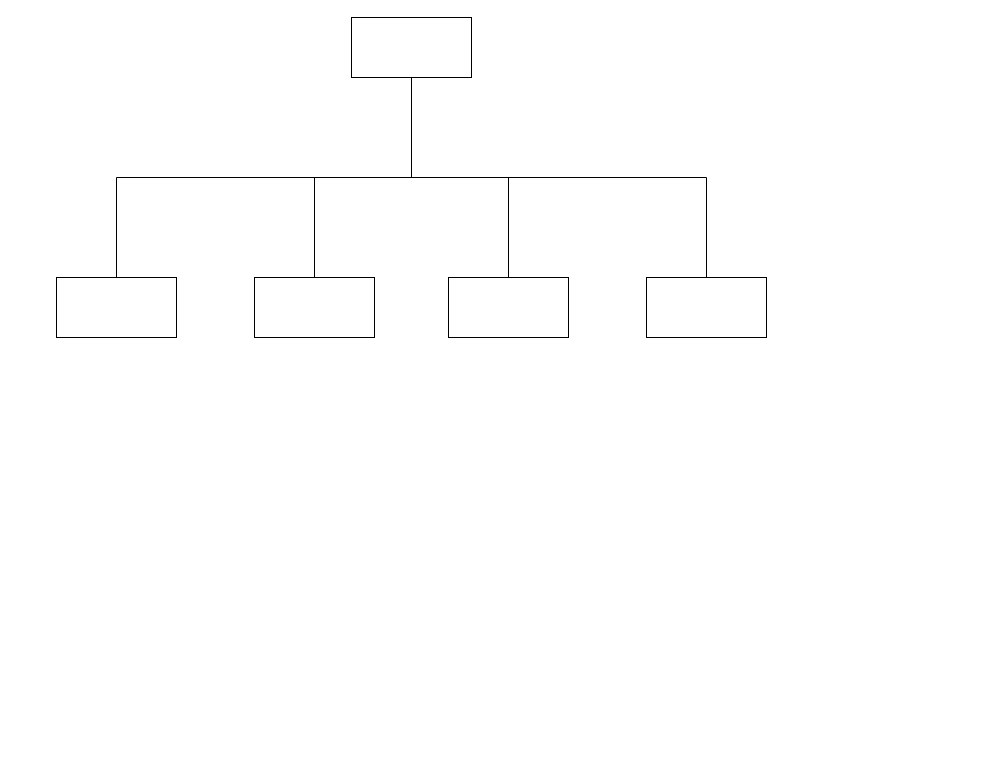
Shreyasc13/LEX-and-YACC-LAB keeps this draw.io diagram as Untitled Diagram.drawio. Above is the earlier version. Source tidied: cells renumbered, new cells numbered last; positions are measured from the earlier drawing's top-left corner, leaving out a move shared by most shapes. Both pictures are drawn from the tidied source at 100%, with x=0, y=0 at pixel (56, 17).
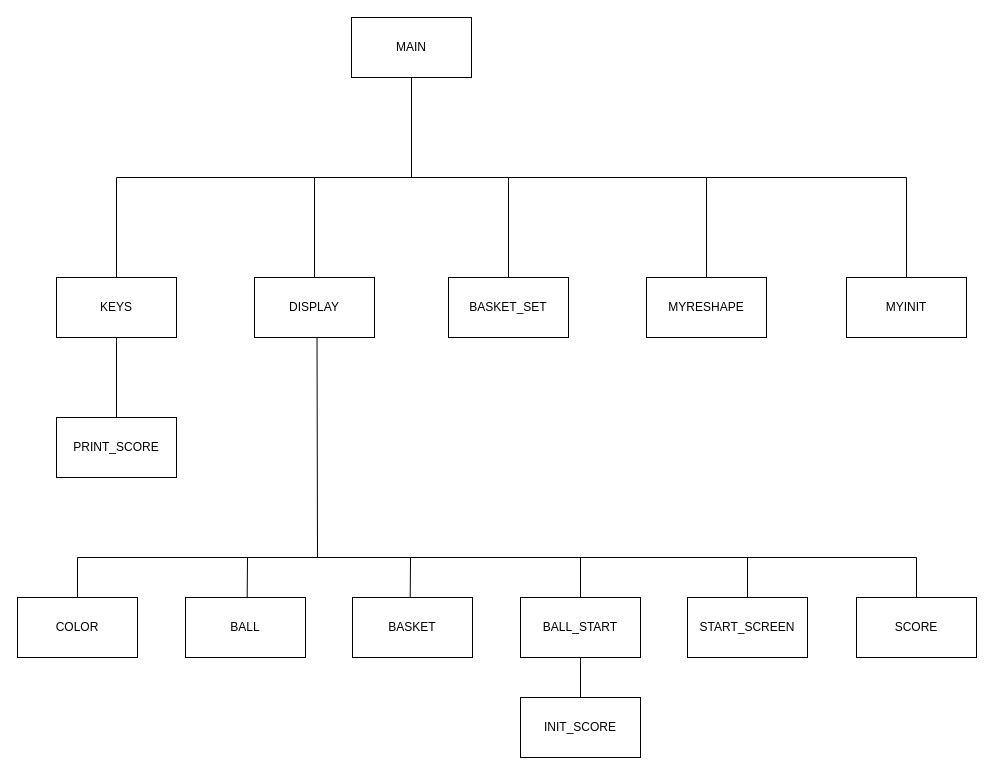
The same page after the edit.

Diff of the diagram source:
```diff
@@
-    <mxCell id="2" style="whiteSpace=wrap;html=1;rounded=0;" parent="1" vertex="1">
+    <mxCell id="2" value="DISPLAY" style="whiteSpace=wrap;html=1;rounded=0;" parent="1" vertex="1">
       <mxGeometry x="198" y="260" width="120" height="60" as="geometry" />
     </mxCell>
-    <mxCell id="3" style="rounded=0;whiteSpace=wrap;html=1;" parent="1" vertex="1">
+    <mxCell id="3" value="BASKET_SET" style="rounded=0;whiteSpace=wrap;html=1;" parent="1" vertex="1">
       <mxGeometry x="392" y="260" width="120" height="60" as="geometry" />
     </mxCell>
-    <mxCell id="4" style="rounded=0;whiteSpace=wrap;html=1;" parent="1" vertex="1">
+    <mxCell id="4" value="MAIN" style="rounded=0;whiteSpace=wrap;html=1;" parent="1" vertex="1">
       <mxGeometry x="295" width="120" height="60" as="geometry" />
     </mxCell>
-    <mxCell id="5" style="rounded=0;whiteSpace=wrap;html=1;" parent="1" vertex="1">
+    <mxCell id="5" value="KEYS" style="rounded=0;whiteSpace=wrap;html=1;" parent="1" vertex="1">
       <mxGeometry y="260" width="120" height="60" as="geometry" />
     </mxCell>
-    <mxCell id="6" style="rounded=0;whiteSpace=wrap;html=1;" parent="1" vertex="1">
+    <mxCell id="6" value="MYRESHAPE" style="rounded=0;whiteSpace=wrap;html=1;" parent="1" vertex="1">
       <mxGeometry x="590" y="260" width="120" height="60" as="geometry" />
     </mxCell>
     <mxCell id="7" style="endArrow=none;html=1;" parent="1" edge="1">
       <mxGeometry relative="1" as="geometry">
-        <mxPoint x="650" y="160" as="sourcePoint" />
+        <mxPoint x="850" y="160" as="sourcePoint" />
         <mxPoint x="60" y="160" as="targetPoint" />
       </mxGeometry>
     </mxCell>
@@
+    <mxCell id="13" value="COLOR" style="rounded=0;whiteSpace=wrap;html=1;" parent="1" vertex="1">
+      <mxGeometry x="-39" y="580" width="120" height="60" as="geometry" />
+    </mxCell>
+    <mxCell id="14" value="BALL" style="rounded=0;whiteSpace=wrap;html=1;" parent="1" vertex="1">
+      <mxGeometry x="129" y="580" width="120" height="60" as="geometry" />
+    </mxCell>
+    <mxCell id="15" value="BASKET" style="rounded=0;whiteSpace=wrap;html=1;" parent="1" vertex="1">
+      <mxGeometry x="296" y="580" width="120" height="60" as="geometry" />
+    </mxCell>
+    <mxCell id="16" style="endArrow=none;html=1;" parent="1" edge="1">
+      <mxGeometry relative="1" as="geometry">
+        <mxPoint x="21" y="540" as="sourcePoint" />
+        <mxPoint x="860" y="540" as="targetPoint" />
+      </mxGeometry>
+    </mxCell>
+    <mxCell id="17" style="endArrow=none;html=1;exitX=0.5;exitY=0;exitDx=0;exitDy=0;" parent="1" edge="1" source="13">
+      <mxGeometry relative="1" as="geometry">
+        <mxPoint x="21" y="540" as="targetPoint" />
+      </mxGeometry>
+    </mxCell>
+    <mxCell id="18" style="endArrow=none;html=1;exitX=0.514;exitY=-0.008;exitDx=0;exitDy=0;exitPerimeter=0;" parent="1" edge="1" source="14">
+      <mxGeometry relative="1" as="geometry">
+        <mxPoint x="191" y="540" as="targetPoint" />
+      </mxGeometry>
+    </mxCell>
+    <mxCell id="19" style="endArrow=none;html=1;exitX=0.481;exitY=-0.003;exitDx=0;exitDy=0;exitPerimeter=0;" parent="1" edge="1" source="15">
+      <mxGeometry relative="1" as="geometry">
+        <mxPoint x="354" y="540" as="targetPoint" />
+      </mxGeometry>
+    </mxCell>
+    <mxCell id="20" value="BALL_START" style="rounded=0;whiteSpace=wrap;html=1;" parent="1" vertex="1">
+      <mxGeometry x="464" y="580" width="120" height="60" as="geometry" />
+    </mxCell>
+    <mxCell id="21" style="endArrow=none;html=1;" parent="1" edge="1" source="20">
+      <mxGeometry relative="1" as="geometry">
+        <mxPoint x="524" y="540" as="targetPoint" />
+      </mxGeometry>
+    </mxCell>
+    <mxCell id="22" style="endArrow=none;html=1;entryX=0.521;entryY=1.006;entryDx=0;entryDy=0;entryPerimeter=0;" parent="1" edge="1" target="2">
+      <mxGeometry relative="1" as="geometry">
+        <mxPoint x="261" y="540" as="sourcePoint" />
+      </mxGeometry>
+    </mxCell>
+    <mxCell id="23" value="PRINT_SCORE" style="rounded=0;whiteSpace=wrap;html=1;" parent="1" vertex="1">
+      <mxGeometry y="400" width="120" height="60" as="geometry" />
+    </mxCell>
+    <mxCell id="24" style="endArrow=none;html=1;" parent="1" edge="1" target="5">
+      <mxGeometry relative="1" as="geometry">
+        <mxPoint x="60" y="400" as="sourcePoint" />
+      </mxGeometry>
+    </mxCell>
+    <mxCell id="25" value="START_SCREEN" style="rounded=0;whiteSpace=wrap;html=1;" parent="1" vertex="1">
+      <mxGeometry x="631" y="580" width="120" height="60" as="geometry" />
+    </mxCell>
+    <mxCell id="26" style="endArrow=none;html=1;exitX=0.5;exitY=0;exitDx=0;exitDy=0;" parent="1" edge="1" source="25">
+      <mxGeometry relative="1" as="geometry">
+        <mxPoint x="691" y="540" as="targetPoint" />
+      </mxGeometry>
+    </mxCell>
+    <mxCell id="27" value="INIT_SCORE" style="rounded=0;whiteSpace=wrap;html=1;" parent="1" vertex="1">
+      <mxGeometry x="464" y="680" width="120" height="60" as="geometry" />
+    </mxCell>
+    <mxCell id="28" style="endArrow=none;html=1;exitX=0.5;exitY=0;exitDx=0;exitDy=0;entryX=0.5;entryY=1;entryDx=0;entryDy=0;" parent="1" edge="1" source="27" target="20">
+      <mxGeometry relative="1" as="geometry" />
+    </mxCell>
+    <mxCell id="29" value="SCORE" style="rounded=0;whiteSpace=wrap;html=1;" parent="1" vertex="1">
+      <mxGeometry x="800" y="580" width="120" height="60" as="geometry" />
+    </mxCell>
+    <mxCell id="30" style="endArrow=none;html=1;exitX=0.5;exitY=0;exitDx=0;exitDy=0;" parent="1" edge="1" source="29">
+      <mxGeometry relative="1" as="geometry">
+        <mxPoint x="860" y="540" as="targetPoint" />
+      </mxGeometry>
+    </mxCell>
+    <mxCell id="31" value="MYINIT" style="rounded=0;whiteSpace=wrap;html=1;" parent="1" vertex="1">
+      <mxGeometry x="790" y="260" width="120" height="60" as="geometry" />
+    </mxCell>
+    <mxCell id="32" style="endArrow=none;html=1;exitX=0.5;exitY=0;exitDx=0;exitDy=0;" parent="1" edge="1" source="31">
+      <mxGeometry relative="1" as="geometry">
+        <mxPoint x="850" y="160" as="targetPoint" />
+      </mxGeometry>
+    </mxCell>
```
